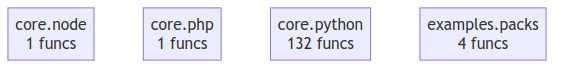
Before: project/compact_flow.png, a diagram exported from Mermaid (tellmesh/uricore). Its source is kept beside it as project/compact_flow.mmd.
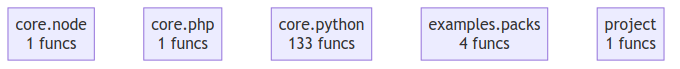
Later version of the same file.

What changed in the source:
```diff
@@ -1,5 +1,6 @@
 flowchart TD
     core__node["core.node<br/>1 funcs"]
     core__php["core.php<br/>1 funcs"]
-    core__python["core.python<br/>132 funcs"]
+    core__python["core.python<br/>133 funcs"]
     examples__packs["examples.packs<br/>4 funcs"]
+    project["project<br/>1 funcs"]
```
